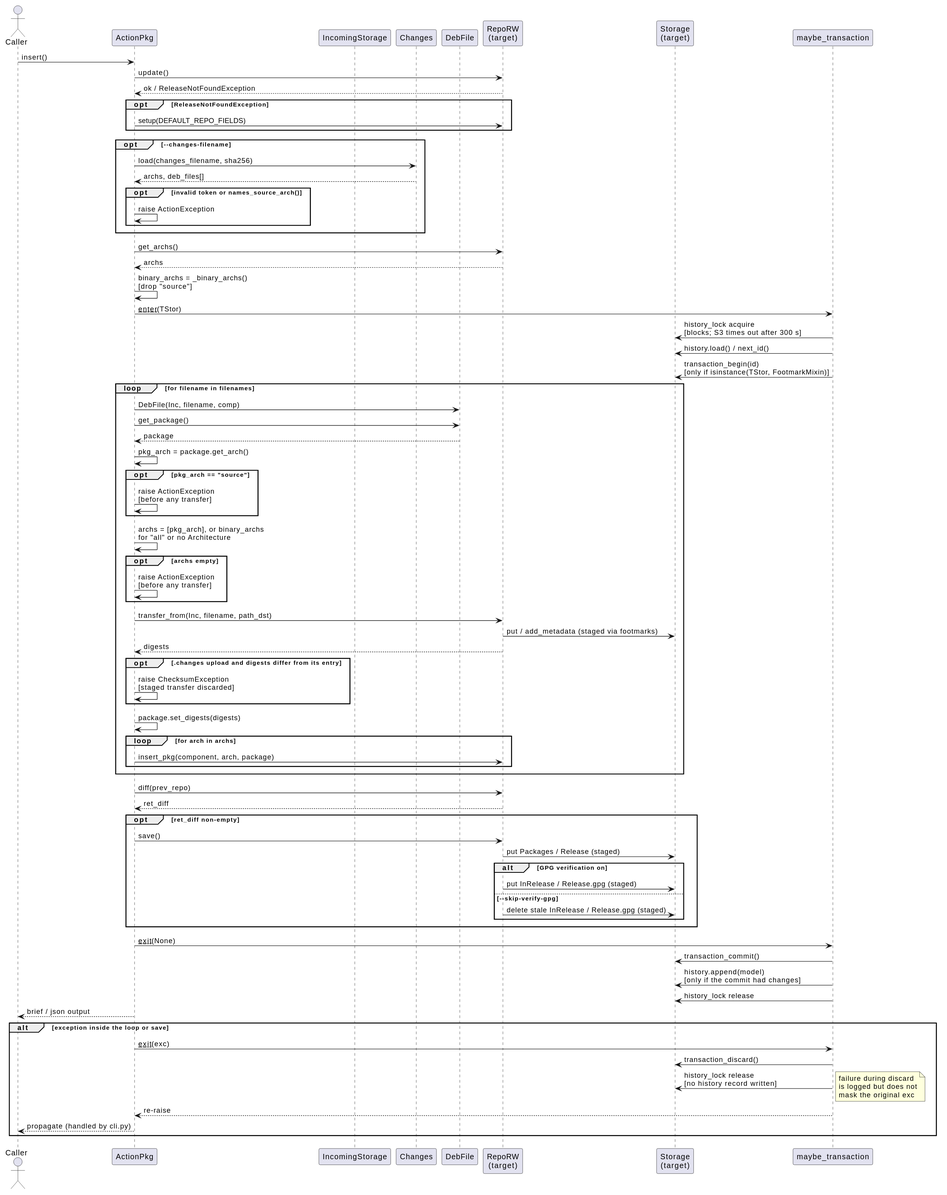
Above: docs/development/diagrams/action-pkg-insert-sequence.svg in vinklat/debkit (PlantUML), before the change. Its source is kept beside it as docs/development/diagrams/action-pkg-insert-sequence.puml.
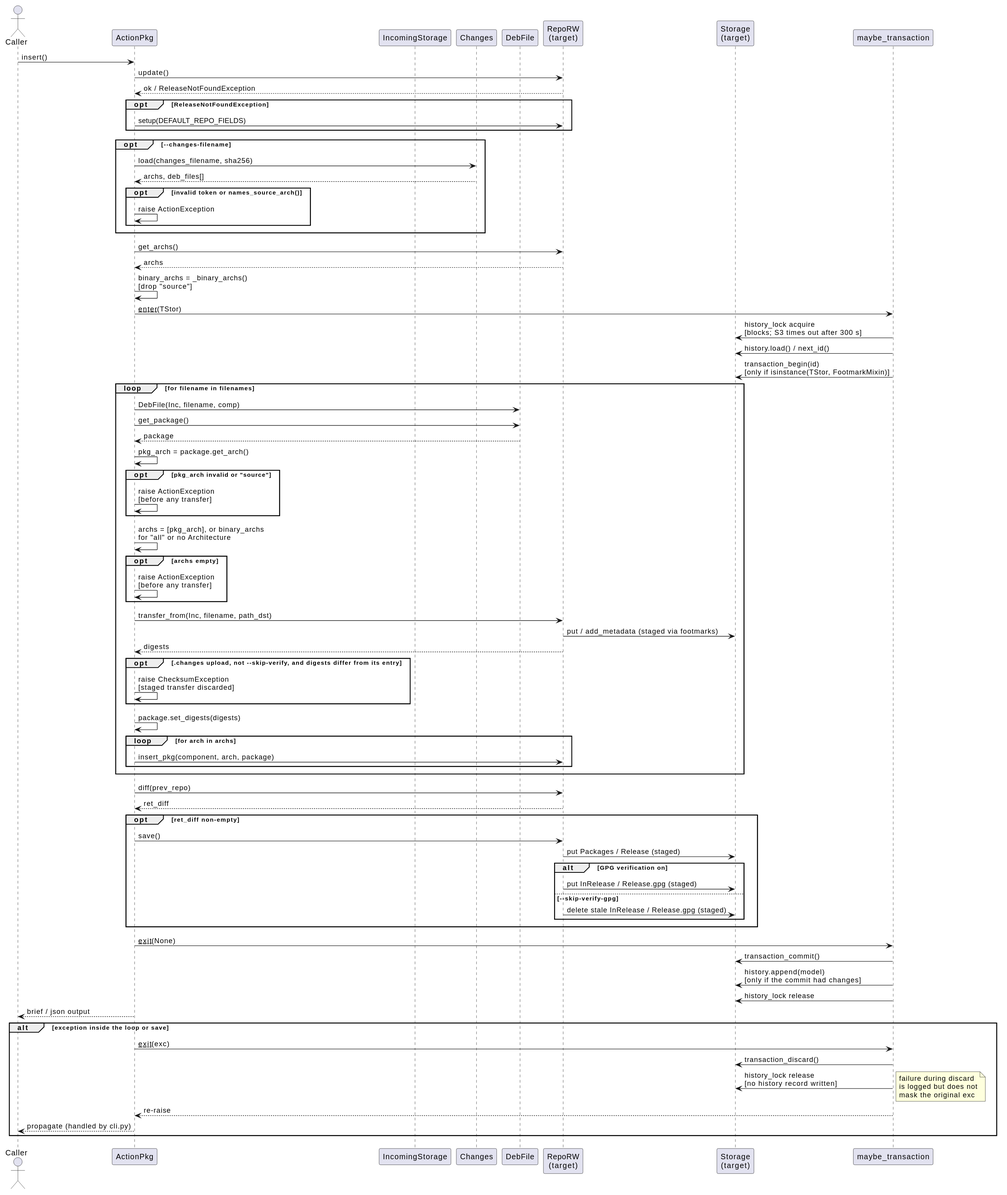
After the change.

Diff of the diagram source:
```diff
@@ -37,7 +37,7 @@
   ActionPkg -> Df: get_package()
   Df --> ActionPkg: package
   ActionPkg -> ActionPkg: pkg_arch = package.get_arch()
-  opt pkg_arch == "source"
+  opt pkg_arch invalid or "source"
     ActionPkg -> ActionPkg: raise ActionException\n[before any transfer]
   end
   ActionPkg -> ActionPkg: archs = [pkg_arch], or binary_archs\nfor "all" or no Architecture
@@ -47,7 +47,7 @@
   ActionPkg -> Tgt: transfer_from(Inc, filename, path_dst)
   Tgt -> TStor: put / add_metadata (staged via footmarks)
   Tgt --> ActionPkg: digests
-  opt .changes upload and digests differ from its entry
+  opt .changes upload, not --skip-verify, and digests differ from its entry
     ActionPkg -> ActionPkg: raise ChecksumException\n[staged transfer discarded]
   end
   ActionPkg -> ActionPkg: package.set_digests(digests)
```
